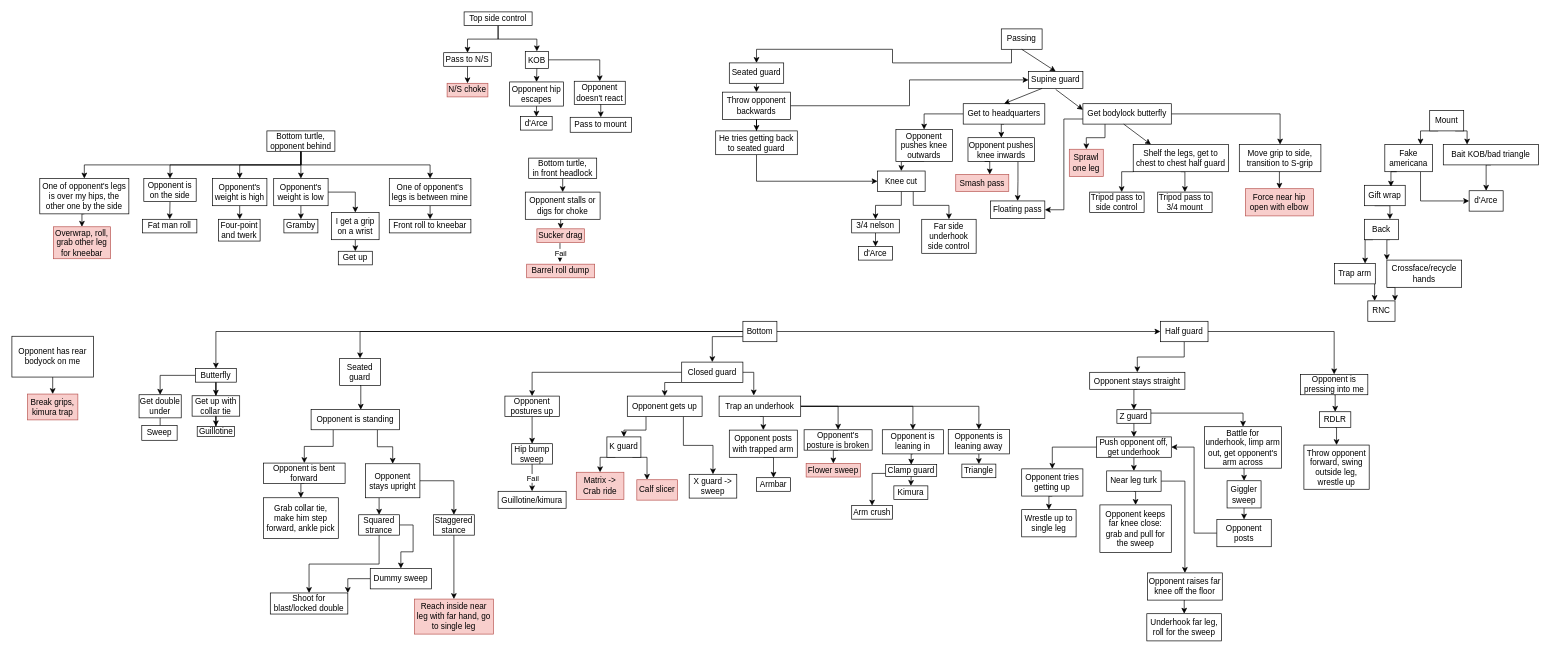
Earlier version of the draw.io diagram JJB.drawio (Bertrand31/BJJ-flowchart). Source tidied: cells renumbered, new cells numbered last; positions are measured from the earlier drawing's top-left corner, leaving out a move shared by most shapes. Both pictures are drawn from the tidied source at 68%, with x=0, y=0 at pixel (12, 12).
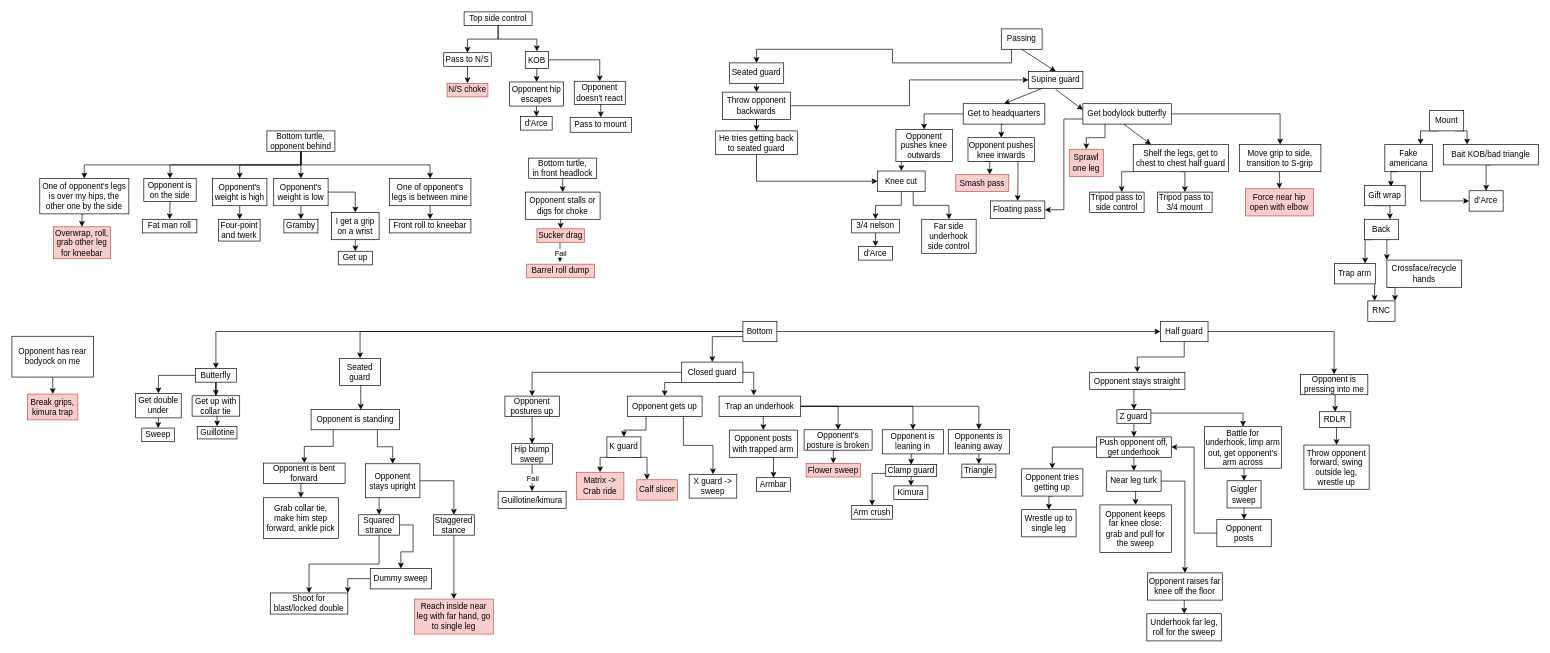
The same page after the edit.

Commit message:
Improve formatting

The change refers to these unchanged cells:
```xml
<mxCell id="120" value="Get up with collar tie" style="whiteSpace=wrap;html=1;" parent="1" vertex="1">
  <mxGeometry x="265" y="564.5" width="70" height="30" as="geometry" />
</mxCell>
```

Diff of the diagram source:
```diff
@@
-    <mxCell id="119" style="edgeStyle=orthogonalEdgeStyle;rounded=0;jettySize=auto;html=1;" parent="1" edge="1" source="120" target="121">
+    <mxCell id="119" style="edgeStyle=orthogonalEdgeStyle;rounded=0;jettySize=auto;html=1;exitX=0.5;exitY=1;exitDx=0;exitDy=0;entryX=0.5;entryY=0;entryDx=0;entryDy=0;" parent="1" edge="1" source="120" target="121">
       <mxGeometry relative="1" as="geometry" />
     </mxCell>
@@
     <mxCell id="121" value="Guillotine" style="whiteSpace=wrap;html=1;" parent="1" vertex="1">
-      <mxGeometry x="272.5" y="609.5" width="55" height="15" as="geometry" />
+      <mxGeometry x="272.5" y="609.5" width="58.5" height="18.5" as="geometry" />
     </mxCell>
@@
-    <mxCell id="191" style="edgeStyle=orthogonalEdgeStyle;rounded=0;jettySize=auto;html=1;" parent="1" edge="1" source="192" target="193">
+    <mxCell id="191" style="edgeStyle=orthogonalEdgeStyle;rounded=0;jettySize=auto;html=1;exitX=0.5;exitY=1;exitDx=0;exitDy=0;entryX=0.5;entryY=0;entryDx=0;entryDy=0;" parent="1" edge="1" source="192" target="193">
       <mxGeometry relative="1" as="geometry" />
     </mxCell>
     <mxCell id="192" value="Get double under" style="whiteSpace=wrap;html=1;" parent="1" vertex="1">
-      <mxGeometry x="187" y="563" width="62" height="34" as="geometry" />
+      <mxGeometry x="182" y="561" width="67" height="36" as="geometry" />
     </mxCell>
     <mxCell id="193" value="Sweep" style="whiteSpace=wrap;html=1;" parent="1" vertex="1">
-      <mxGeometry x="191" y="608" width="52" height="22" as="geometry" />
+      <mxGeometry x="191" y="612" width="48" height="20" as="geometry" />
     </mxCell>
```
